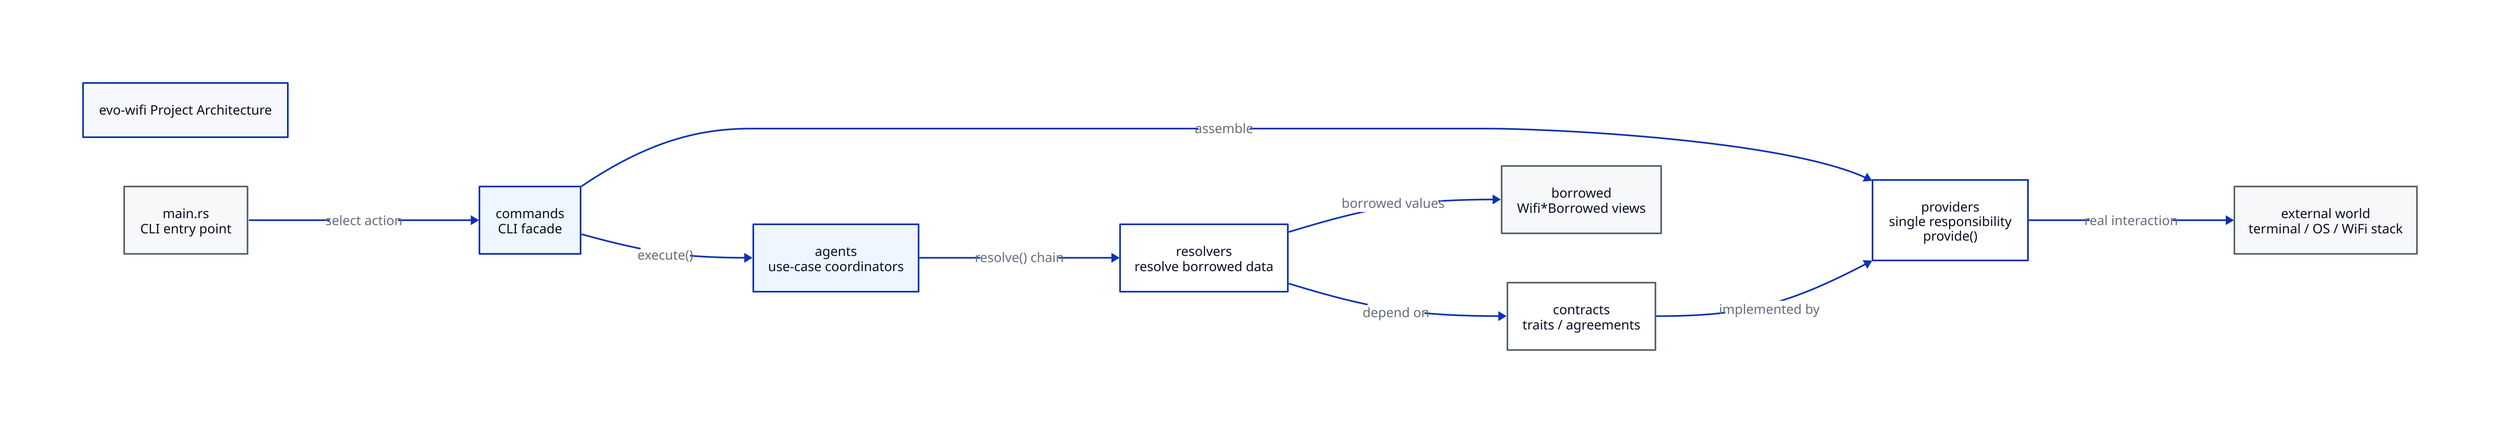
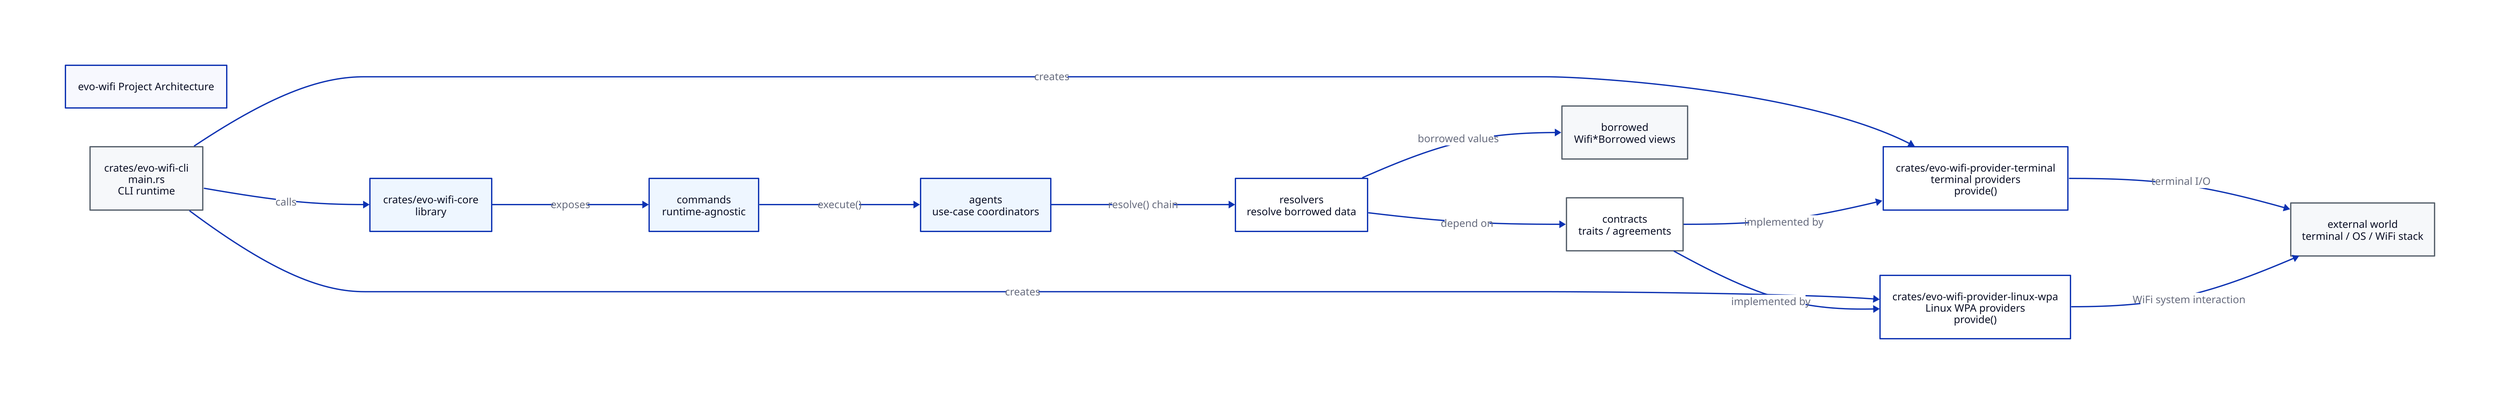
title: "evo-wifi Project Architecture"
direction: right

vars: {
  border: "#59636e"
  accent: "#0D32B2"
  soft: "#eef6ff"
  neutral: "#f6f8fa"
  white: "#ffffff"
}

- main: {
-   label: "main.rs\nCLI entry point"
+ cli: {
+   label: "crates/evo-wifi-cli\nmain.rs\nCLI runtime"
  style.fill: ${neutral}
  style.stroke: ${border}
}

+ provider_terminal: {
+   label: "crates/evo-wifi-provider-terminal\nterminal providers\nprovide()"
+   style.fill: ${white}
+   style.stroke: ${accent}
+ }
+ 
+ provider_linux_wpa: {
+   label: "crates/evo-wifi-provider-linux-wpa\nLinux WPA providers\nprovide()"
+   style.fill: ${white}
+   style.stroke: ${accent}
+ }
+ 
+ core: {
+   label: "crates/evo-wifi-core\nlibrary"
+   style.fill: ${soft}
+   style.stroke: ${accent}
+ }
+ 
commands: {
-   label: "commands\nCLI facade"
+   label: "commands\nruntime-agnostic"
  style.fill: ${soft}
  style.stroke: ${accent}
}

agents: {
  label: "agents\nuse-case coordinators"
  style.fill: ${soft}
  style.stroke: ${accent}
}

resolvers: {
  label: "resolvers\nresolve borrowed data"
  style.fill: ${white}
  style.stroke: ${accent}
}

contracts: {
  label: "contracts\ntraits / agreements"
  style.fill: ${white}
  style.stroke: ${border}
}

- providers: {
-   label: "providers\nsingle responsibility\nprovide()"
-   style.fill: ${white}
-   style.stroke: ${accent}
- }
- 
borrowed: {
  label: "borrowed\nWifi*Borrowed views"
  style.fill: ${neutral}
  style.stroke: ${border}
}

external: {
  label: "external world\nterminal / OS / WiFi stack"
  style.fill: ${neutral}
  style.stroke: ${border}
}

- main -> commands: "select action"
+ cli -> provider_terminal: "creates"
+ cli -> provider_linux_wpa: "creates"
+ cli -> core: "calls"
+ core -> commands: "exposes"
commands -> agents: "execute()"
- commands -> providers: "assemble"
agents -> resolvers: "resolve() chain"
resolvers -> borrowed: "borrowed values"
resolvers -> contracts: "depend on"
- contracts -> providers: "implemented by"
- providers -> external: "real interaction"
+ contracts -> provider_terminal: "implemented by"
+ contracts -> provider_linux_wpa: "implemented by"
+ provider_terminal -> external: "terminal I/O"
+ provider_linux_wpa -> external: "WiFi system interaction"
